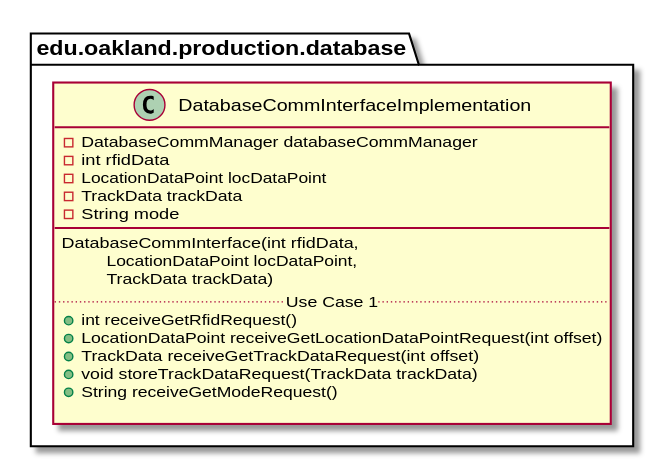
Before: docs/uml-class-diagrams/database/production/DatabaseCommInterfaceImplementation/DatabaseCommInterfaceImplementation.svg, a diagram exported from PlantUML (andrewdimmer/csi-3370-software-project).
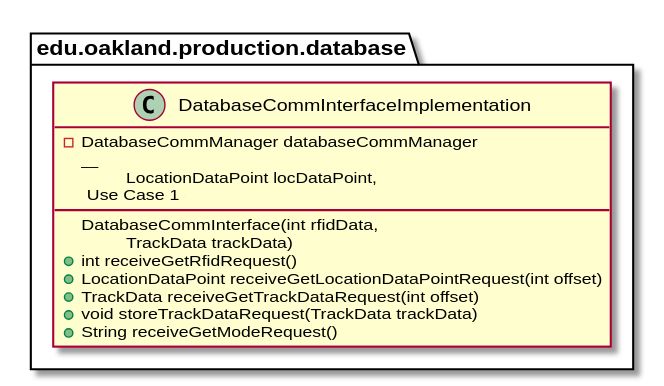
After the change.

Change to the diagram source:
```diff
@@ -2,11 +2,7 @@
 
 package edu.oakland.production.database {
     class DatabaseCommInterfaceImplementation {
-        - DatabaseCommManager databaseCommManager
-    	- int rfidData
-    	- LocationDataPoint locDataPoint
-    	- TrackData trackData
-    	- String mode
+      - DatabaseCommManager databaseCommManager
         __
         DatabaseCommInterface(int rfidData,
         \tLocationDataPoint locDataPoint,
@@ -17,7 +13,6 @@
         + TrackData receiveGetTrackDataRequest(int offset)
         + void storeTrackDataRequest(TrackData trackData)
         + String receiveGetModeRequest()
-
     }
 }
 
```
